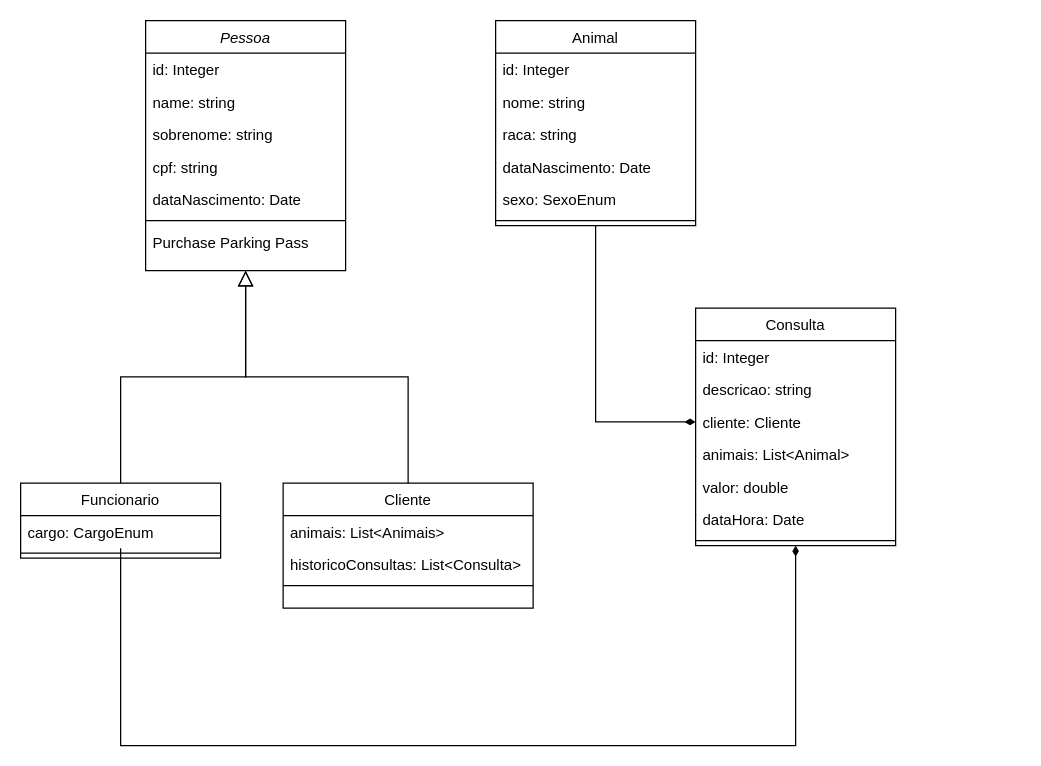
Before: src/diagramas/DiagramaClasseEspecificação.drawio in marcelo-schaefer/pet-shop-eps, a draw.io diagram. Source tidied: cells renumbered, new cells numbered last; positions are measured from the earlier drawing's top-left corner, leaving out a move shared by most shapes. Both pictures are drawn from the tidied source at 125%, with x=0, y=0 at pixel (20, 20).
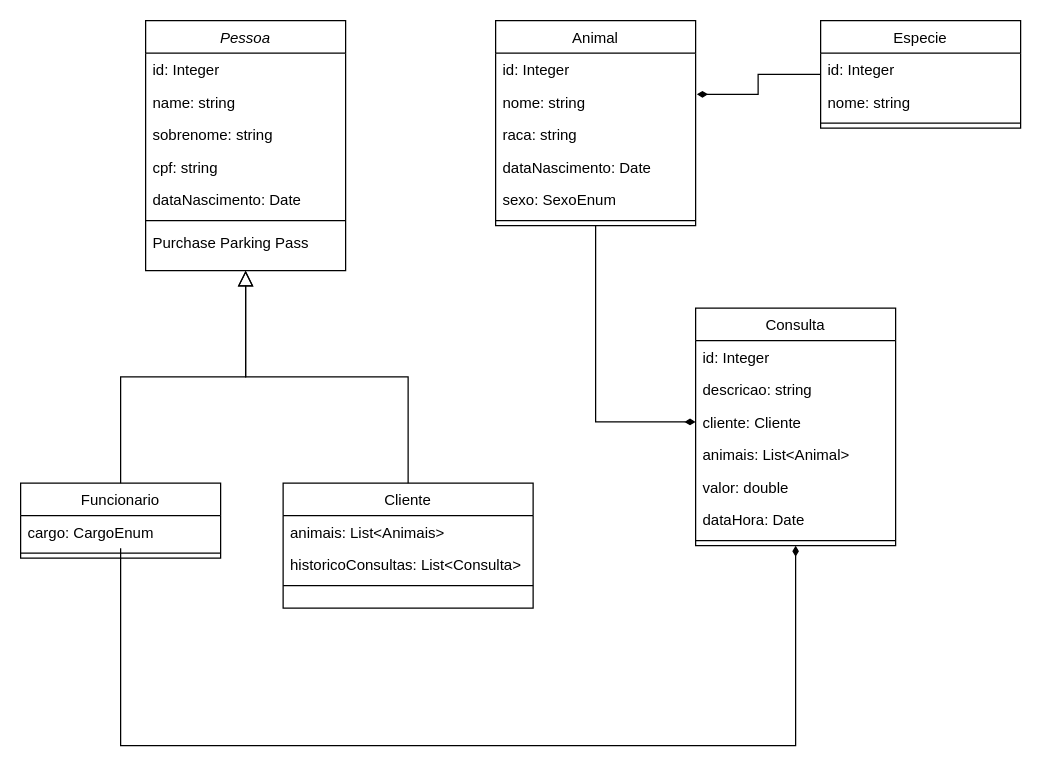
After the change.

The change refers to these unchanged cells:
```xml
<mxCell id="22" value="nome: string" style="text;align=left;verticalAlign=top;spacingLeft=4;spacingRight=4;overflow=hidden;points=[[0,0.5],[1,0.5]];portConstraint=eastwest;" parent="20" vertex="1">
  <mxGeometry y="52" width="160" height="26" as="geometry" />
</mxCell>
```

Change to the diagram source:
```diff
@@
+    <mxCell id="36" style="edgeStyle=orthogonalEdgeStyle;rounded=0;jettySize=auto;html=1;entryX=1.006;entryY=0.269;entryDx=0;entryDy=0;entryPerimeter=0;endArrow=diamondThin;endFill=1;" parent="1" edge="1" source="37" target="22">
+      <mxGeometry relative="1" as="geometry" />
+    </mxCell>
+    <mxCell id="37" value="Especie" style="swimlane;fontStyle=0;align=center;verticalAlign=top;horizontal=1;startSize=26;rounded=0;shadow=0;strokeWidth=1;" parent="1" vertex="1">
+      <mxGeometry x="640" width="160" height="86" as="geometry" />
+    </mxCell>
+    <mxCell id="38" value="id: Integer" style="text;align=left;verticalAlign=top;spacingLeft=4;spacingRight=4;overflow=hidden;" parent="37" vertex="1">
+      <mxGeometry y="26" width="160" height="26" as="geometry" />
+    </mxCell>
+    <mxCell id="39" value="nome: string" style="text;align=left;verticalAlign=top;spacingLeft=4;spacingRight=4;overflow=hidden;" parent="37" vertex="1">
+      <mxGeometry y="52" width="160" height="26" as="geometry" />
+    </mxCell>
+    <mxCell id="40" style="line;html=1;strokeWidth=1;align=left;verticalAlign=middle;spacingTop=-1;spacingLeft=3;spacingRight=3;labelPosition=right;" parent="37" vertex="1">
+      <mxGeometry y="78" width="160" height="8" as="geometry" />
+    </mxCell>
```
